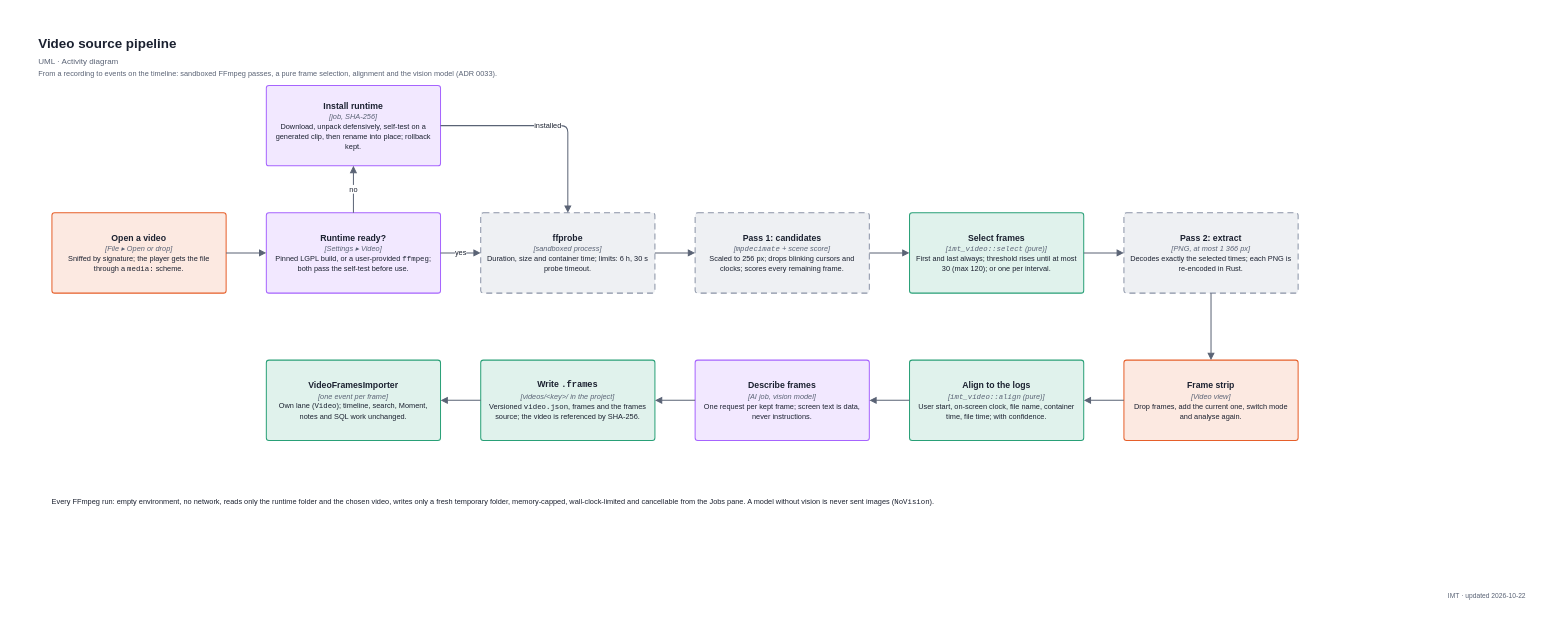
Earlier version of the draw.io diagram docs/diagrams/uml-activity-video.drawio (decryp7/integrated_maintenance_tool). Source tidied: cells renumbered, new cells numbered last; positions are measured from the earlier drawing's top-left corner, leaving out a move shared by most shapes. Both pictures are drawn from the tidied source at 67%, with x=0, y=0 at pixel (11, 11).
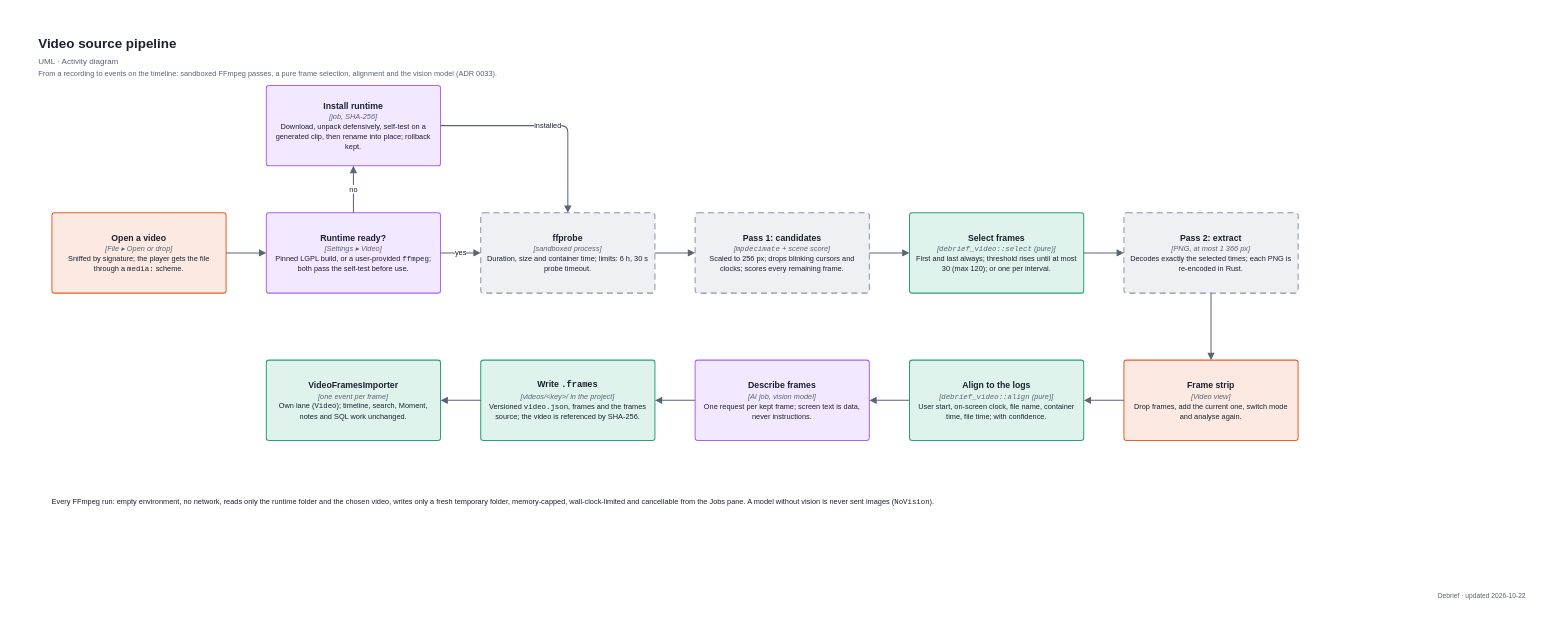
The same diagram, later.

What changed in the source:
```diff
@@
-    <mxCell id="11" value="&lt;div style=&quot;line-height:1.35&quot;&gt;&lt;b style=&quot;font-size:13px&quot;&gt;Select frames&lt;/b&gt;&lt;br&gt;&lt;i style=&quot;font-size:11px;color:#5A6375&quot;&gt;[&lt;span style=&quot;font-family:Consolas,Menlo,monospace;white-space:nowrap&quot;&gt;imt_video::select&lt;/span&gt; (pure)]&lt;/i&gt;&lt;br&gt;&lt;span style=&quot;font-size:11px&quot;&gt;First and last always; threshold rises until at most 30 (max 120); or one per interval.&lt;/span&gt;&lt;/div&gt;" style="fontFamily=Arial,Helvetica,sans-serif;html=1;whiteSpace=wrap;fontColor=#1B2130;fontSize=11;rounded=1;arcSize=8;absoluteArcSize=1;strokeWidth=1.5;strokeColor=#29A077;fillColor=#E0F2EC;spacing=8;align=center;verticalAlign=middle;" parent="1" vertex="1">
+    <mxCell id="11" value="&lt;div style=&quot;line-height:1.35&quot;&gt;&lt;b style=&quot;font-size:13px&quot;&gt;Select frames&lt;/b&gt;&lt;br&gt;&lt;i style=&quot;font-size:11px;color:#5A6375&quot;&gt;[&lt;span style=&quot;font-family:Consolas,Menlo,monospace;white-space:nowrap&quot;&gt;debrief_video::select&lt;/span&gt; (pure)]&lt;/i&gt;&lt;br&gt;&lt;span style=&quot;font-size:11px&quot;&gt;First and last always; threshold rises until at most 30 (max 120); or one per interval.&lt;/span&gt;&lt;/div&gt;" style="fontFamily=Arial,Helvetica,sans-serif;html=1;whiteSpace=wrap;fontColor=#1B2130;fontSize=11;rounded=1;arcSize=8;absoluteArcSize=1;strokeWidth=1.5;strokeColor=#29A077;fillColor=#E0F2EC;spacing=8;align=center;verticalAlign=middle;" parent="1" vertex="1">
       <mxGeometry x="1340" y="300" width="260" height="120" as="geometry" />
     </mxCell>
@@
-    <mxCell id="14" value="&lt;div style=&quot;line-height:1.35&quot;&gt;&lt;b style=&quot;font-size:13px&quot;&gt;Align to the logs&lt;/b&gt;&lt;br&gt;&lt;i style=&quot;font-size:11px;color:#5A6375&quot;&gt;[&lt;span style=&quot;font-family:Consolas,Menlo,monospace;white-space:nowrap&quot;&gt;imt_video::align&lt;/span&gt; (pure)]&lt;/i&gt;&lt;br&gt;&lt;span style=&quot;font-size:11px&quot;&gt;User start, on-screen clock, file name, container time, file time; with confidence.&lt;/span&gt;&lt;/div&gt;" style="fontFamily=Arial,Helvetica,sans-serif;html=1;whiteSpace=wrap;fontColor=#1B2130;fontSize=11;rounded=1;arcSize=8;absoluteArcSize=1;strokeWidth=1.5;strokeColor=#29A077;fillColor=#E0F2EC;spacing=8;align=center;verticalAlign=middle;" parent="1" vertex="1">
+    <mxCell id="14" value="&lt;div style=&quot;line-height:1.35&quot;&gt;&lt;b style=&quot;font-size:13px&quot;&gt;Align to the logs&lt;/b&gt;&lt;br&gt;&lt;i style=&quot;font-size:11px;color:#5A6375&quot;&gt;[&lt;span style=&quot;font-family:Consolas,Menlo,monospace;white-space:nowrap&quot;&gt;debrief_video::align&lt;/span&gt; (pure)]&lt;/i&gt;&lt;br&gt;&lt;span style=&quot;font-size:11px&quot;&gt;User start, on-screen clock, file name, container time, file time; with confidence.&lt;/span&gt;&lt;/div&gt;" style="fontFamily=Arial,Helvetica,sans-serif;html=1;whiteSpace=wrap;fontColor=#1B2130;fontSize=11;rounded=1;arcSize=8;absoluteArcSize=1;strokeWidth=1.5;strokeColor=#29A077;fillColor=#E0F2EC;spacing=8;align=center;verticalAlign=middle;" parent="1" vertex="1">
       <mxGeometry x="1340" y="520" width="260" height="120" as="geometry" />
     </mxCell>
@@
-    <mxCell id="31" value="&lt;span style=&quot;font-size:10px;color:#5A6375&quot;&gt;IMT · updated 2026-10-22&lt;/span&gt;" style="fontFamily=Arial,Helvetica,sans-serif;html=1;whiteSpace=wrap;fontColor=#1B2130;fontSize=11;text;strokeColor=none;fillColor=none;align=left;verticalAlign=top;spacing=0;align=right;" parent="1" vertex="1">
+    <mxCell id="31" value="&lt;span style=&quot;font-size:10px;color:#5A6375&quot;&gt;Debrief · updated 2026-10-22&lt;/span&gt;" style="fontFamily=Arial,Helvetica,sans-serif;html=1;whiteSpace=wrap;fontColor=#1B2130;fontSize=11;text;strokeColor=none;fillColor=none;align=left;verticalAlign=top;spacing=0;align=right;" parent="1" vertex="1">
       <mxGeometry x="2040" y="860" width="220" height="18" as="geometry" />
     </mxCell>
```
